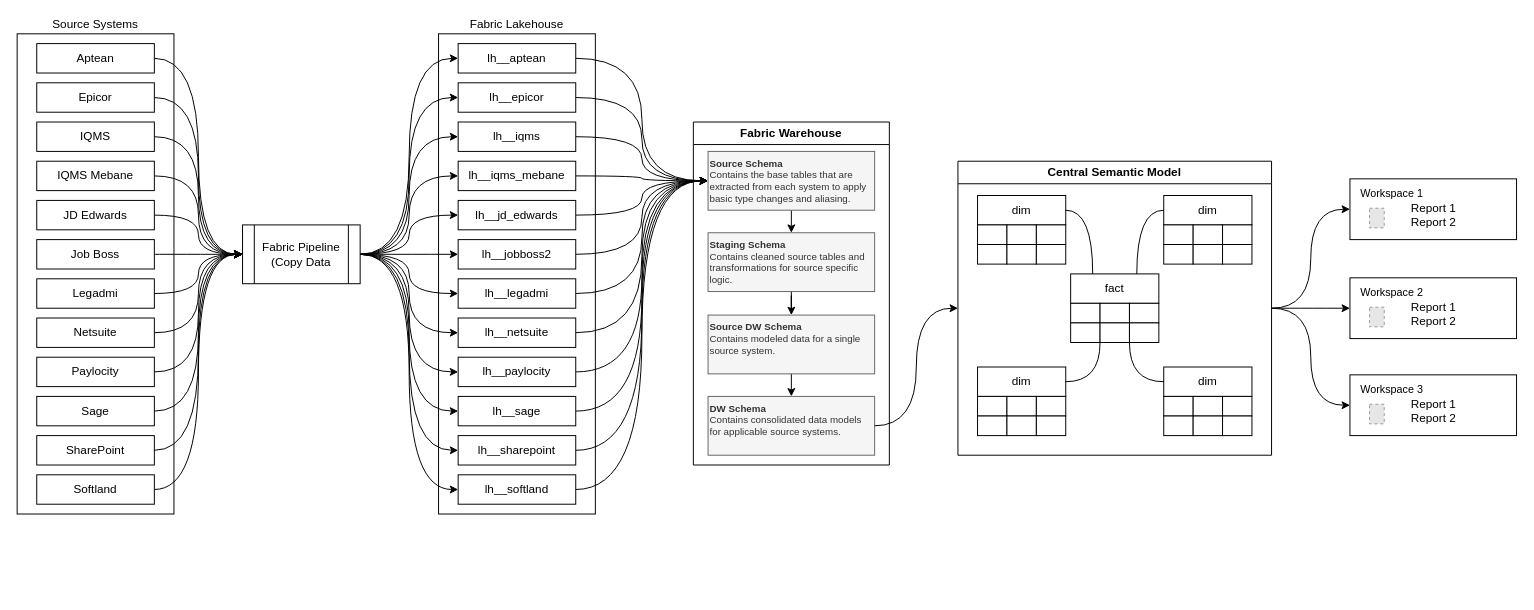
The draw.io diagram Bio Data Flow.drawio in billjirik/drawio, before the edit. Source tidied: cells renumbered, new cells numbered last; positions are measured from the earlier drawing's top-left corner, leaving out a move shared by most shapes. Both pictures are drawn from the tidied source at 98%, with x=0, y=0 at pixel (17, 33). Pictures stored in the file or linked from it are replaced by grey dashed boxes.
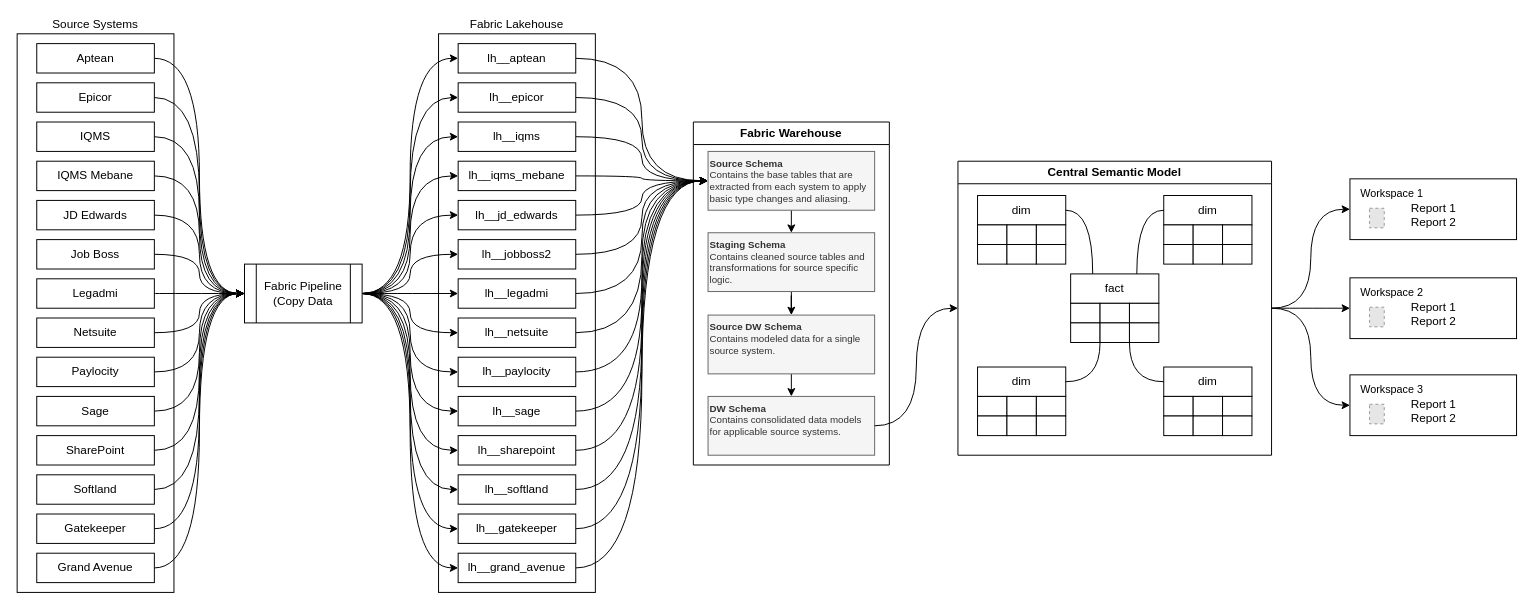
The same page after the edit.

The change refers to these unchanged cells:
```xml
<mxCell id="67" value="&lt;h5 style=&quot;margin-top: 0px; margin-bottom: 0px;&quot;&gt;Source Schema&lt;/h5&gt;&lt;div&gt;&lt;h5 style=&quot;margin-top: 0px; margin-bottom: 0px;&quot;&gt;&lt;span style=&quot;font-weight: normal;&quot;&gt;Contains the base tables that are extracted from each system to apply basic type changes and aliasing.&lt;/span&gt;&lt;/h5&gt;&lt;/div&gt;" style="text;html=1;whiteSpace=wrap;overflow=hidden;rounded=0;fillColor=#f5f5f5;fontColor=#333333;strokeColor=#666666;flipV=1;" parent="65" vertex="1">
  <mxGeometry x="15" y="30" width="170" height="60" as="geometry" />
</mxCell>
```

Diff of the diagram source:
```diff
@@
     <mxCell id="2" value="Fabric Lakehouse" style="rounded=0;whiteSpace=wrap;html=1;labelPosition=center;verticalLabelPosition=top;align=center;verticalAlign=bottom;" parent="1" vertex="1">
-      <mxGeometry x="430" width="160" height="490" as="geometry" />
+      <mxGeometry x="430" width="160" height="570" as="geometry" />
     </mxCell>
     <mxCell id="3" value="Source Systems" style="rounded=0;whiteSpace=wrap;html=1;labelPosition=center;verticalLabelPosition=top;align=center;verticalAlign=bottom;" parent="1" vertex="1">
-      <mxGeometry width="160" height="490" as="geometry" />
+      <mxGeometry width="160" height="570" as="geometry" />
     </mxCell>
@@
+    <mxCell id="137" style="edgeStyle=orthogonalEdgeStyle;rounded=0;jettySize=auto;html=1;exitX=1;exitY=0.5;exitDx=0;exitDy=0;entryX=0;entryY=0.5;entryDx=0;entryDy=0;curved=1;" parent="1" edge="1" source="64" target="144">
+      <mxGeometry relative="1" as="geometry" />
+    </mxCell>
+    <mxCell id="138" style="edgeStyle=orthogonalEdgeStyle;rounded=0;jettySize=auto;html=1;exitX=1;exitY=0.5;exitDx=0;exitDy=0;entryX=0;entryY=0.5;entryDx=0;entryDy=0;curved=1;" parent="1" edge="1" source="64" target="146">
+      <mxGeometry relative="1" as="geometry" />
+    </mxCell>
     <mxCell id="64" value="Fabric Pipeline&lt;div&gt;(Copy Data&lt;/div&gt;" style="shape=process;whiteSpace=wrap;html=1;backgroundOutline=1;" parent="1" vertex="1">
-      <mxGeometry x="230" y="195" width="120" height="60" as="geometry" />
+      <mxGeometry x="232" y="235" width="120" height="60" as="geometry" />
     </mxCell>
@@
+    <mxCell id="139" style="edgeStyle=orthogonalEdgeStyle;rounded=0;jettySize=auto;html=1;exitX=1;exitY=0.5;exitDx=0;exitDy=0;entryX=0;entryY=0.5;entryDx=0;entryDy=0;curved=1;" parent="1" edge="1" source="140" target="64">
+      <mxGeometry relative="1" as="geometry" />
+    </mxCell>
+    <mxCell id="140" value="Gatekeeper" style="rounded=0;fontSize=12;fontColor=#000000;labelBackgroundColor=none;labelBorderColor=none;whiteSpace=wrap;" parent="1" vertex="1">
+      <mxGeometry x="20" y="490" width="120" height="30" as="geometry" />
+    </mxCell>
+    <mxCell id="141" style="edgeStyle=orthogonalEdgeStyle;rounded=0;jettySize=auto;html=1;exitX=1;exitY=0.5;exitDx=0;exitDy=0;entryX=0;entryY=0.5;entryDx=0;entryDy=0;curved=1;" parent="1" edge="1" source="142" target="64">
+      <mxGeometry relative="1" as="geometry" />
+    </mxCell>
+    <mxCell id="142" value="Grand Avenue" style="rounded=0;fontSize=12;fontColor=#000000;labelBackgroundColor=none;labelBorderColor=none;whiteSpace=wrap;" parent="1" vertex="1">
+      <mxGeometry x="20" y="530" width="120" height="30" as="geometry" />
+    </mxCell>
+    <mxCell id="143" style="edgeStyle=orthogonalEdgeStyle;rounded=0;jettySize=auto;html=1;exitX=1;exitY=0.5;exitDx=0;exitDy=0;entryX=0;entryY=0.5;entryDx=0;entryDy=0;curved=1;" parent="1" edge="1" source="144" target="67">
+      <mxGeometry relative="1" as="geometry" />
+    </mxCell>
+    <mxCell id="144" value="lh__gatekeeper" style="rounded=0;fontSize=12;fontColor=#000000;labelBackgroundColor=none;labelBorderColor=none;whiteSpace=wrap;" parent="1" vertex="1">
+      <mxGeometry x="450" y="490" width="120" height="30" as="geometry" />
+    </mxCell>
+    <mxCell id="145" style="edgeStyle=orthogonalEdgeStyle;rounded=0;jettySize=auto;html=1;exitX=1;exitY=0.5;exitDx=0;exitDy=0;entryX=0;entryY=0.5;entryDx=0;entryDy=0;curved=1;" parent="1" edge="1" source="146" target="67">
+      <mxGeometry relative="1" as="geometry" />
+    </mxCell>
+    <mxCell id="146" value="lh__grand_avenue" style="rounded=0;fontSize=12;fontColor=#000000;labelBackgroundColor=none;labelBorderColor=none;whiteSpace=wrap;" parent="1" vertex="1">
+      <mxGeometry x="450" y="530" width="120" height="30" as="geometry" />
+    </mxCell>
```
